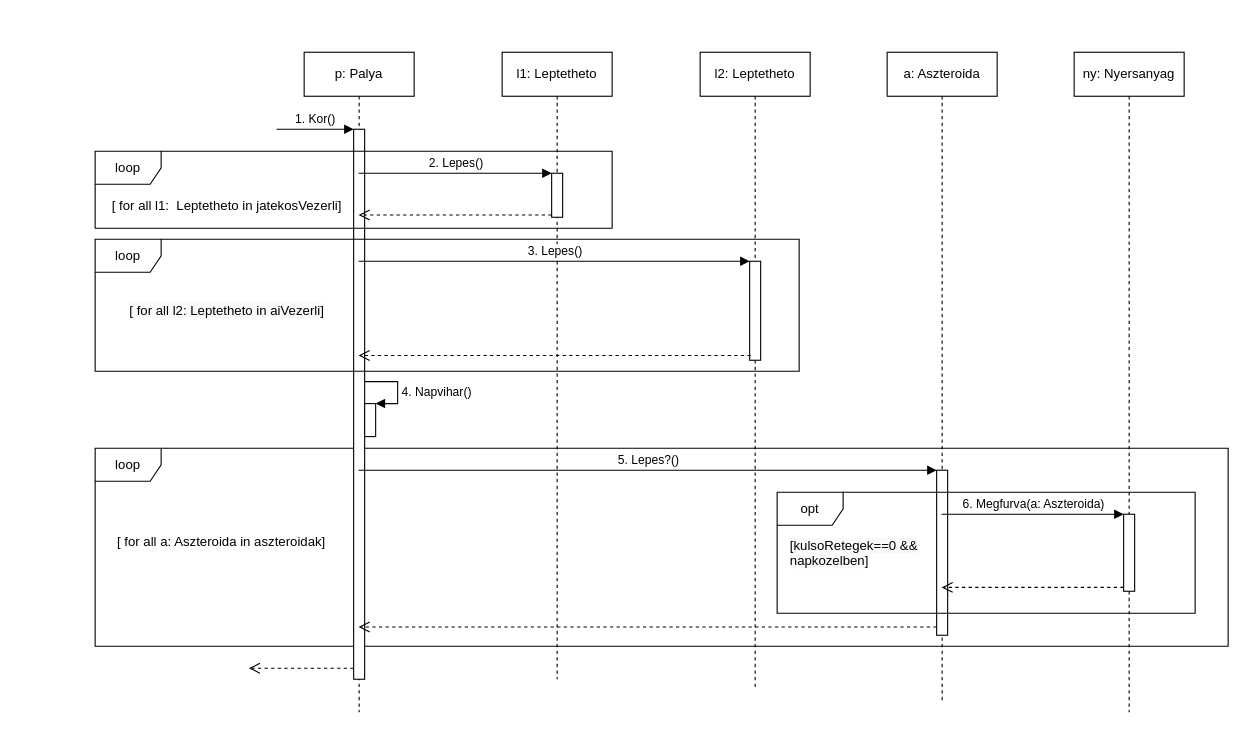
This is doc/uml/kor.drawio from torpeBoiGo/aszteroidabanyaszat, a draw.io file, before an edit. Source tidied: cells renumbered, new cells numbered last; positions are measured from the earlier drawing's top-left corner, leaving out a move shared by most shapes. Both pictures are drawn from the tidied source at 110%, with x=0, y=0 at pixel (95, 52).
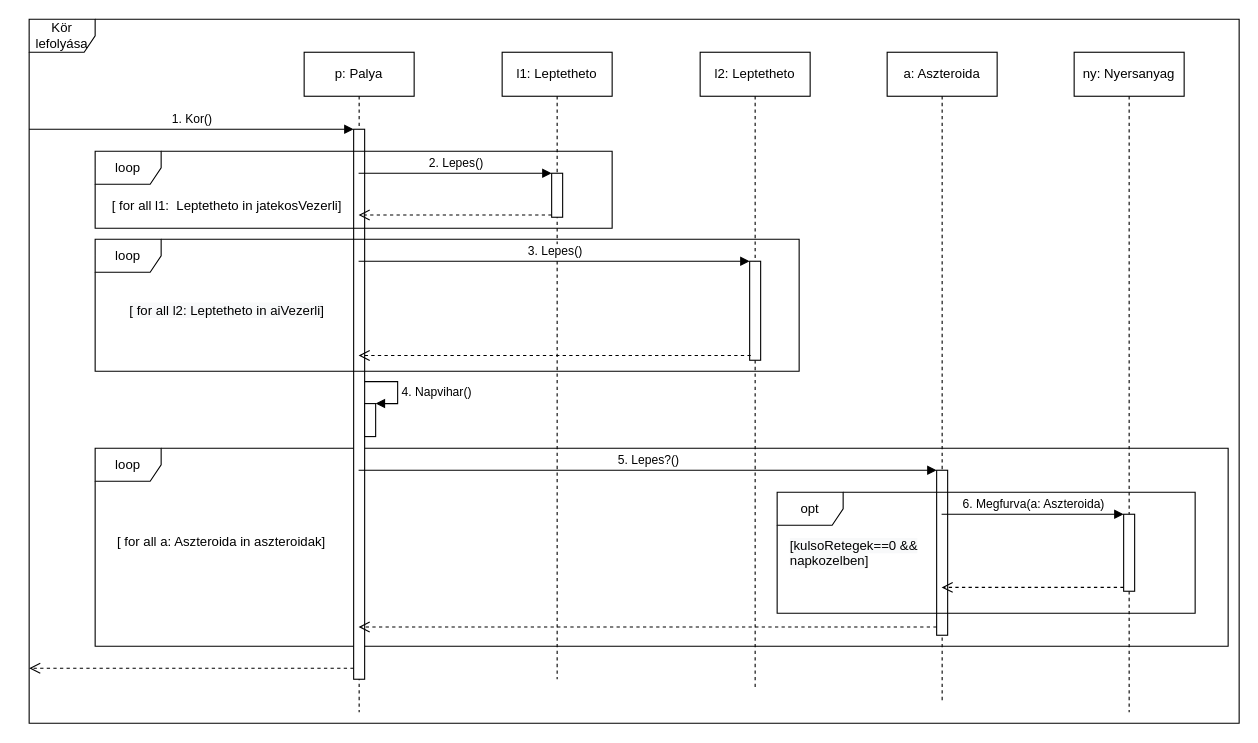
After the change.

Unchanged cells that the change refers to:
```xml
<mxCell id="3" value="p: Palya" style="shape=umlLifeline;perimeter=lifelinePerimeter;whiteSpace=wrap;html=1;outlineConnect=0;" parent="1" vertex="1">
  <mxGeometry x="190" width="100" height="600" as="geometry" />
</mxCell>
<mxCell id="4" style="html=1;points=[];perimeter=orthogonalPerimeter;" parent="3" vertex="1">
  <mxGeometry x="45" y="70" width="10" height="500" as="geometry" />
</mxCell>
```

The edit, as a diff of the source:
```diff
@@
+    <mxCell id="32" value="Kör lefolyása" style="shape=umlFrame;whiteSpace=wrap;html=1;" parent="1" vertex="1">
+      <mxGeometry x="-60" y="-30" width="1100" height="640" as="geometry" />
+    </mxCell>
@@
     <mxCell id="5" value="1. Kor()" style="html=1;verticalAlign=bottom;endArrow=block;entryX=0;entryY=0;" parent="3" edge="1" target="4">
       <mxGeometry relative="1" as="geometry">
-        <mxPoint x="-25" y="70" as="sourcePoint" />
+        <mxPoint x="-250" y="70" as="sourcePoint" />
       </mxGeometry>
     </mxCell>
     <mxCell id="6" style="html=1;verticalAlign=bottom;endArrow=open;dashed=1;endSize=8;exitX=0.033;exitY=0.989;exitDx=0;exitDy=0;exitPerimeter=0;" parent="3" edge="1">
       <mxGeometry x="-0.27" y="-94" relative="1" as="geometry">
         <mxPoint x="45" y="560" as="sourcePoint" />
-        <mxPoint x="-50.3" y="560" as="targetPoint" />
+        <mxPoint x="-250" y="560" as="targetPoint" />
       </mxGeometry>
     </mxCell>
```
